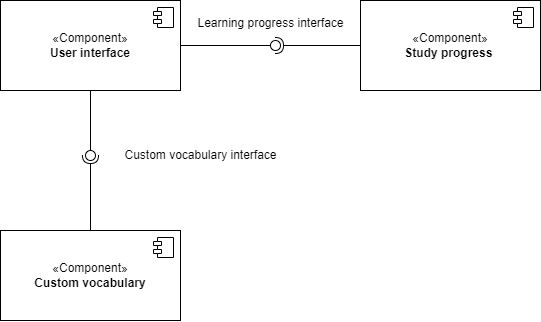
Before: component.drawio.png, a diagram exported from draw.io (xiangxiang3451/blog_pictures). Source tidied: cells renumbered, new cells last; positions are measured from the earlier drawing's top-left corner, leaving out a move shared by most shapes.
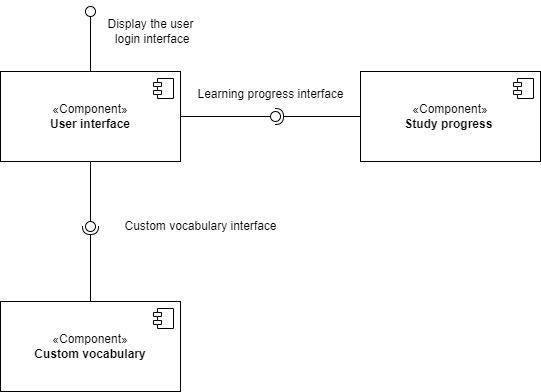
After the change.

What changed in the source:
```diff
@@ -53,5 +53,16 @@
     <mxCell id="16" value="Custom vocabulary interface" style="text;html=1;align=center;verticalAlign=middle;strokeColor=none;fillColor=none;rotation=0;" parent="1" vertex="1">
       <mxGeometry x="110" y="140" width="180" height="30" as="geometry" />
     </mxCell>
+    <mxCell id="17" style="rounded=0;jettySize=auto;html=1;endArrow=oval;endFill=0;sketch=0;sourcePerimeterSpacing=0;targetPerimeterSpacing=0;endSize=10;exitX=0.5;exitY=0;exitDx=0;exitDy=0;" parent="1" edge="1" source="2">
+      <mxGeometry relative="1" as="geometry">
+        <mxPoint x="90" y="-60" as="targetPoint" />
+      </mxGeometry>
+    </mxCell>
+    <mxCell id="18" style="ellipse;whiteSpace=wrap;html=1;align=center;fillColor=none;strokeColor=none;perimeter=centerPerimeter;" parent="1" vertex="1">
+      <mxGeometry x="95" y="-30" width="10" height="10" as="geometry" />
+    </mxCell>
+    <mxCell id="19" value="Display the user&lt;br&gt;&amp;nbsp;login interface" style="text;html=1;align=center;verticalAlign=middle;strokeColor=none;fillColor=none;" parent="1" vertex="1">
+      <mxGeometry x="95" y="-60" width="110" height="40" as="geometry" />
+    </mxCell>
   </root>
 </mxGraphModel>
```
